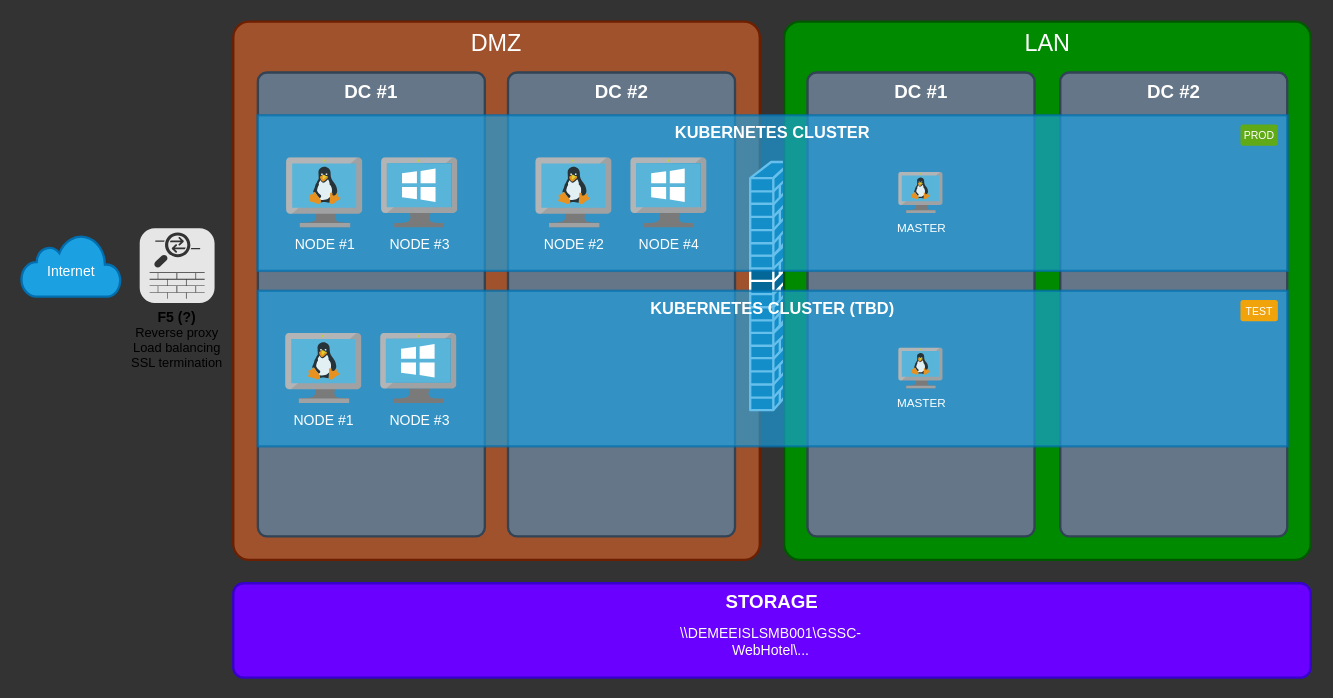
Above: page "2.0_HostEnvironment" (4 of 6) of draw.io/Web Hotel.drawio in changbowen/Misc (draw.io), before the change. Source tidied: cells renumbered, new cells numbered last; positions are measured from the earlier drawing's top-left corner, leaving out a move shared by most shapes. Both pictures are drawn from the tidied source at 117%, with x=0, y=0 at pixel (21, 21).
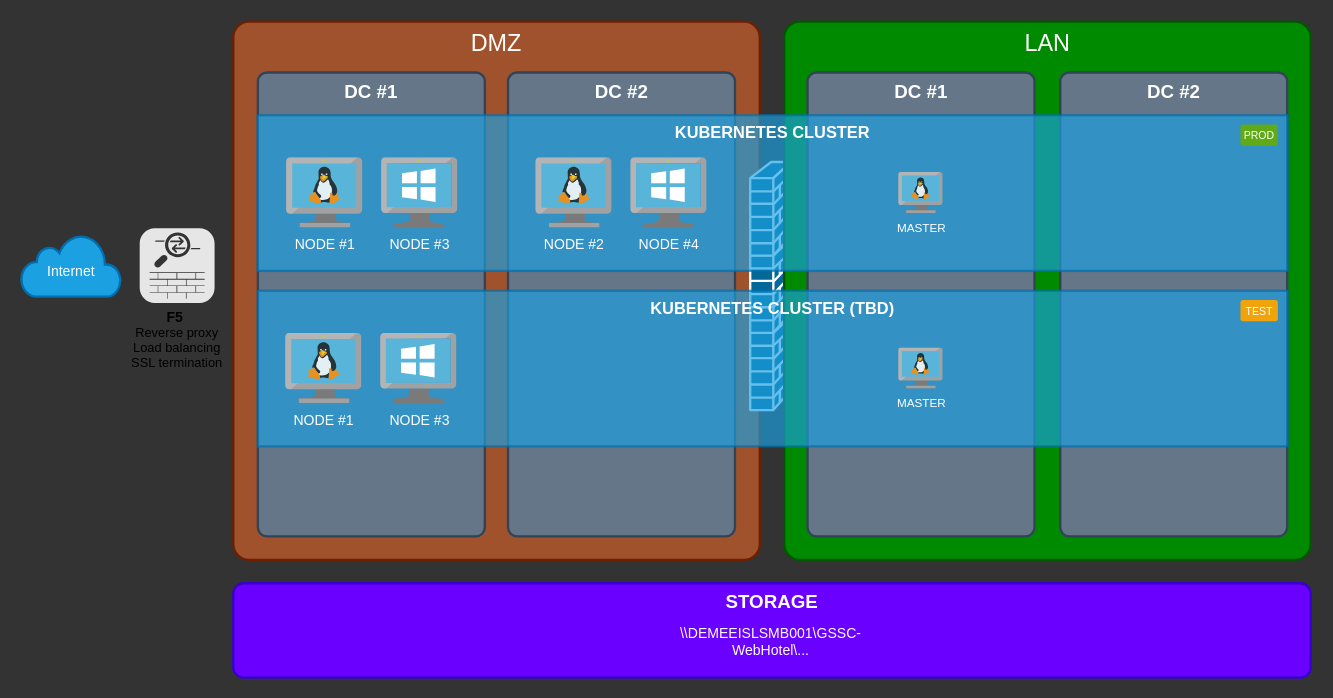
Above is the later version.

The edit, as a diff of the source:
```diff
@@
-    <mxCell id="28" value="&lt;div style=&quot;font-size: 12px&quot;&gt;&lt;b&gt;&lt;font style=&quot;font-size: 12px&quot;&gt;F5 (?)&lt;/font&gt;&lt;/b&gt;&lt;/div&gt;&lt;div style=&quot;font-size: 11px&quot;&gt;&lt;font style=&quot;font-size: 11px&quot;&gt;Reverse proxy&lt;/font&gt;&lt;/div&gt;&lt;div style=&quot;font-size: 11px&quot;&gt;&lt;font style=&quot;font-size: 11px&quot;&gt;Load balancing&lt;/font&gt;&lt;/div&gt;&lt;div style=&quot;font-size: 11px&quot;&gt;&lt;font style=&quot;font-size: 11px&quot;&gt;SSL termination&lt;/font&gt;&lt;/div&gt;" style="text;html=1;strokeColor=none;fillColor=none;align=center;verticalAlign=middle;whiteSpace=wrap;rounded=0;fontSize=10;fontFamily=Saira Semi Condensed;FType=g;" parent="1" vertex="1">
+    <mxCell id="28" value="&lt;div style=&quot;font-size: 12px&quot;&gt;&lt;b&gt;&lt;font style=&quot;font-size: 12px&quot;&gt;F5&amp;nbsp;&lt;/font&gt;&lt;/b&gt;&lt;/div&gt;&lt;div style=&quot;font-size: 11px&quot;&gt;&lt;font style=&quot;font-size: 11px&quot;&gt;Reverse proxy&lt;/font&gt;&lt;/div&gt;&lt;div style=&quot;font-size: 11px&quot;&gt;&lt;font style=&quot;font-size: 11px&quot;&gt;Load balancing&lt;/font&gt;&lt;/div&gt;&lt;div style=&quot;font-size: 11px&quot;&gt;&lt;font style=&quot;font-size: 11px&quot;&gt;SSL termination&lt;/font&gt;&lt;/div&gt;" style="text;html=1;strokeColor=none;fillColor=none;align=center;verticalAlign=middle;whiteSpace=wrap;rounded=0;fontSize=10;fontFamily=Saira Semi Condensed;FType=g;" parent="1" vertex="1">
       <mxGeometry x="84.9" y="238.5" width="96" height="67" as="geometry" />
     </mxCell>
```
